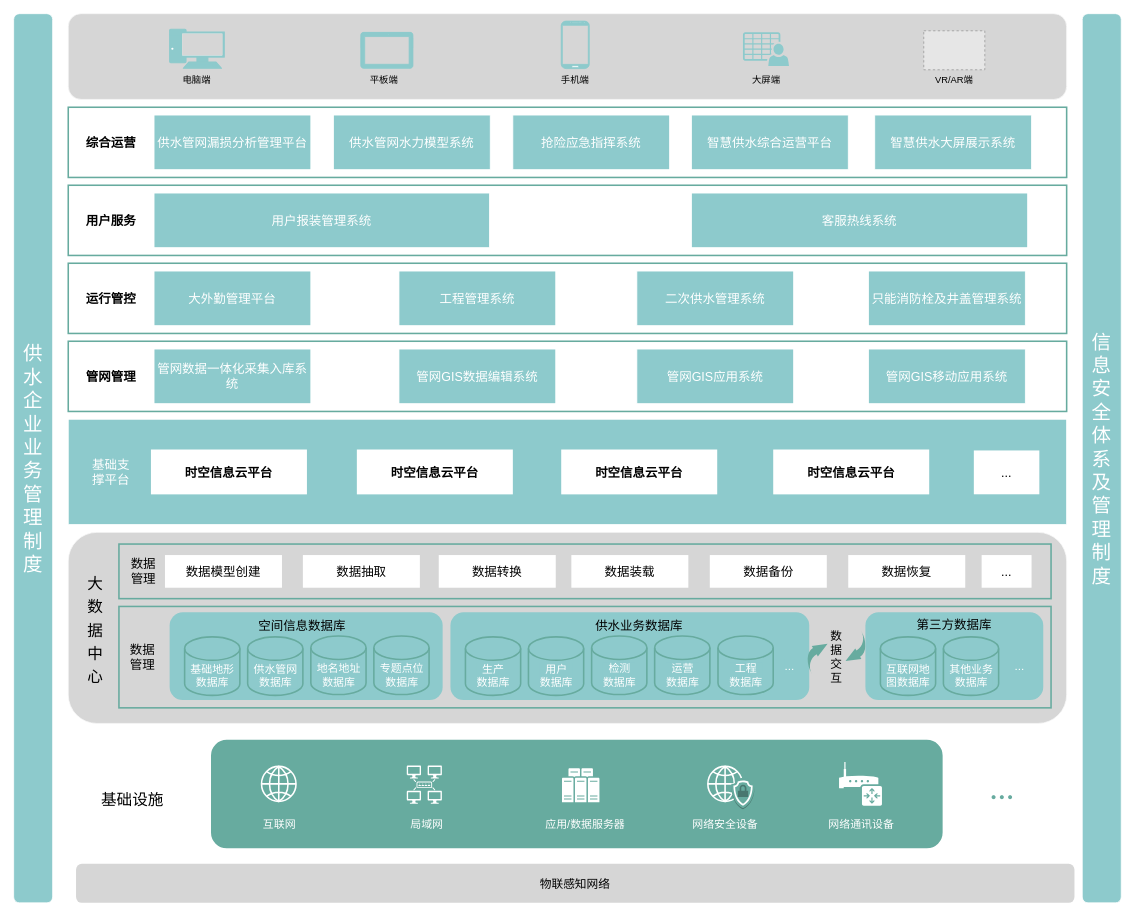
This is page "第 1 页" (1 of 2) of 供水企业业务管理.drawio from zhangxrxyy/draw, a draw.io file, before an edit. Source tidied: cells renumbered, new cells numbered last; positions are measured from the earlier drawing's top-left corner, leaving out a move shared by most shapes. Both pictures are drawn from the tidied source at 78%, with x=0, y=0 at pixel (13, 13). Pictures stored in the file or linked from it are replaced by grey dashed boxes.
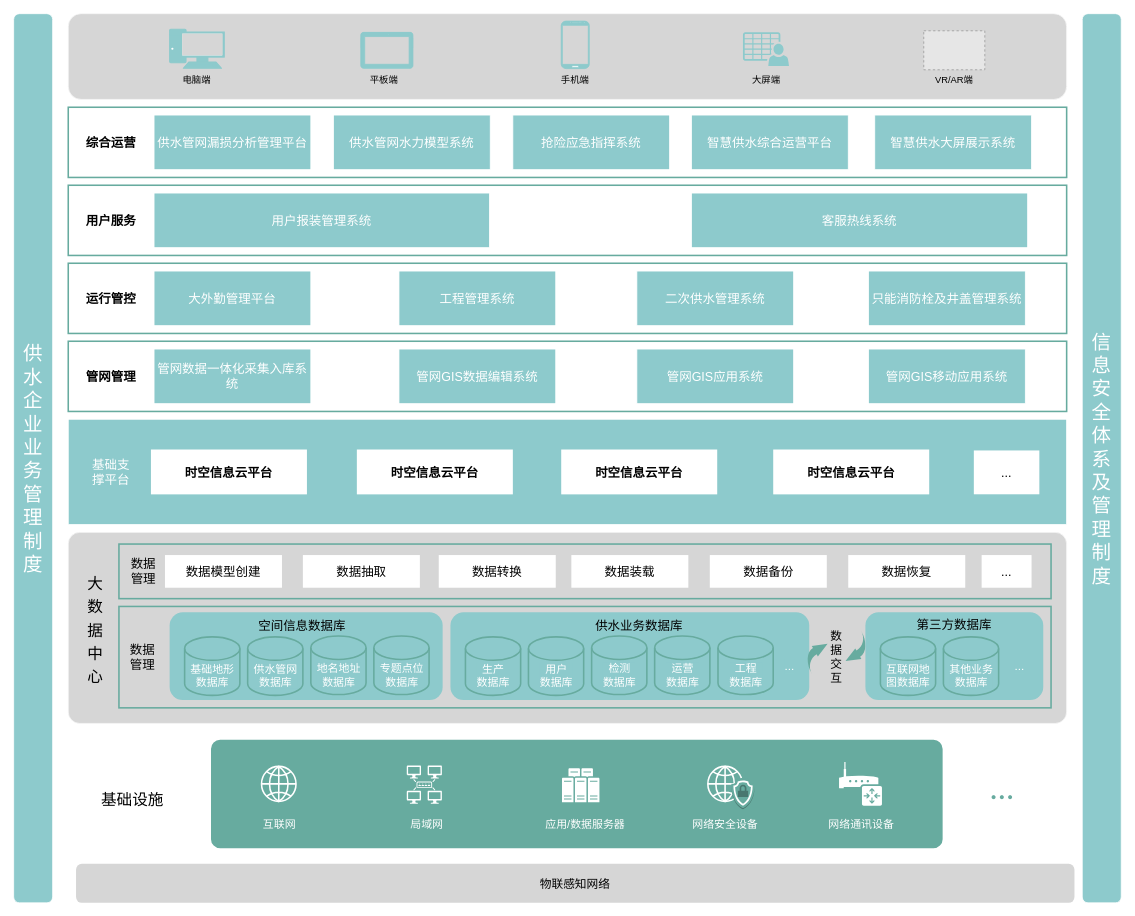
The same diagram, later.

Commit message:
更新供水企业业务管理.drawio

Change to the diagram source:
```diff
@@
-    <mxCell id="39" style="rounded=1;whiteSpace=wrap;html=1;fillColor=#D6D6D6;fontColor=#333333;strokeColor=#F7F7F7;fillOpacity=100;strokeOpacity=100;" parent="1" vertex="1">
+    <mxCell id="39" style="rounded=1;whiteSpace=wrap;html=1;fillColor=#D6D6D6;fontColor=#333333;strokeColor=#F7F7F7;fillOpacity=100;strokeOpacity=100;arcSize=6;" parent="1" vertex="1">
       <mxGeometry x="70" y="665" width="1280" height="245" as="geometry" />
     </mxCell>
@@
-    <mxCell id="96" style="rounded=1;whiteSpace=wrap;html=1;labelBackgroundColor=none;fontSize=15;fontColor=#000000;strokeColor=#FFFFFF;strokeWidth=2;fillColor=#67AB9F;" parent="1" vertex="1">
+    <mxCell id="96" style="rounded=1;whiteSpace=wrap;html=1;labelBackgroundColor=none;fontSize=15;fontColor=#000000;strokeColor=#FFFFFF;strokeWidth=2;fillColor=#67AB9F;arcSize=9;" parent="1" vertex="1">
       <mxGeometry x="252" y="930" width="940" height="141" as="geometry" />
     </mxCell>
```
